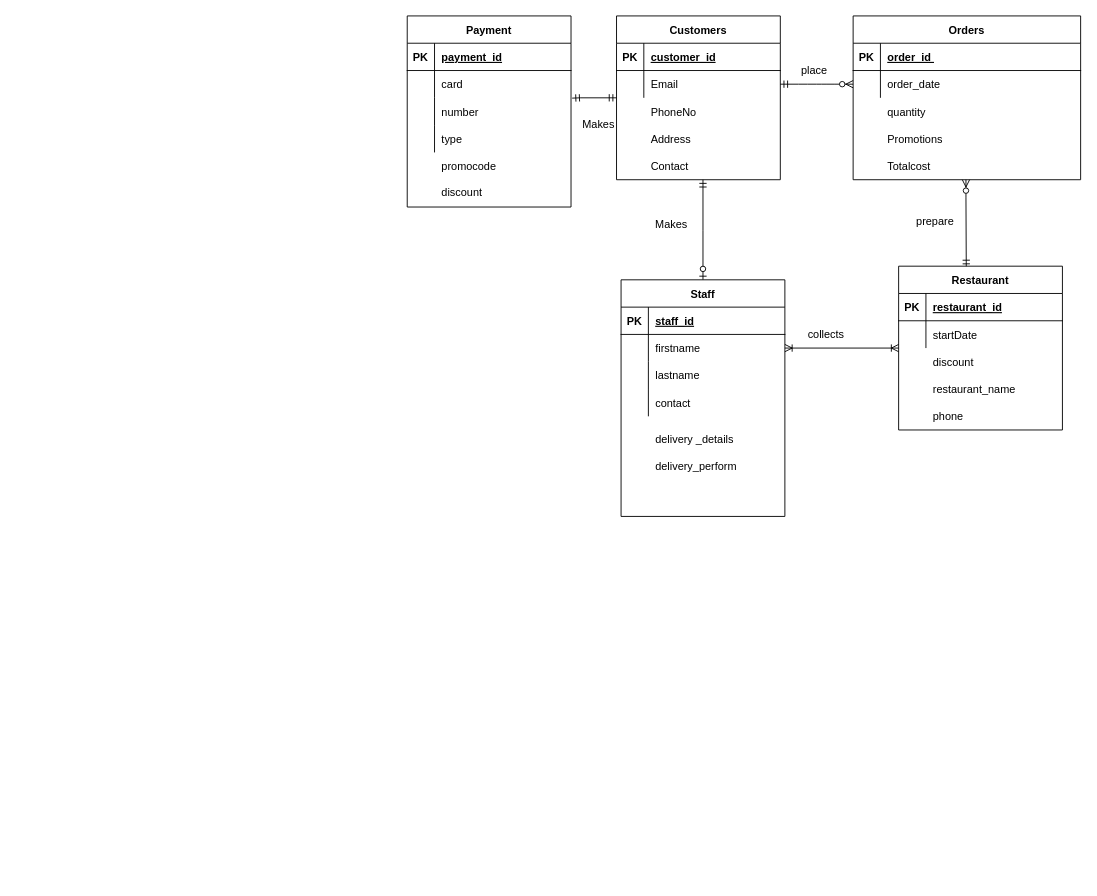
The draw.io diagram Untitled Diagram.drawio in GoodJeans/Database_ICT330, before the edit. Source tidied: cells renumbered, new cells numbered last; positions are measured from the earlier drawing's top-left corner, leaving out a move shared by most shapes. Both pictures are drawn from the tidied source at 91%, with x=0, y=0 at pixel (407, 15).
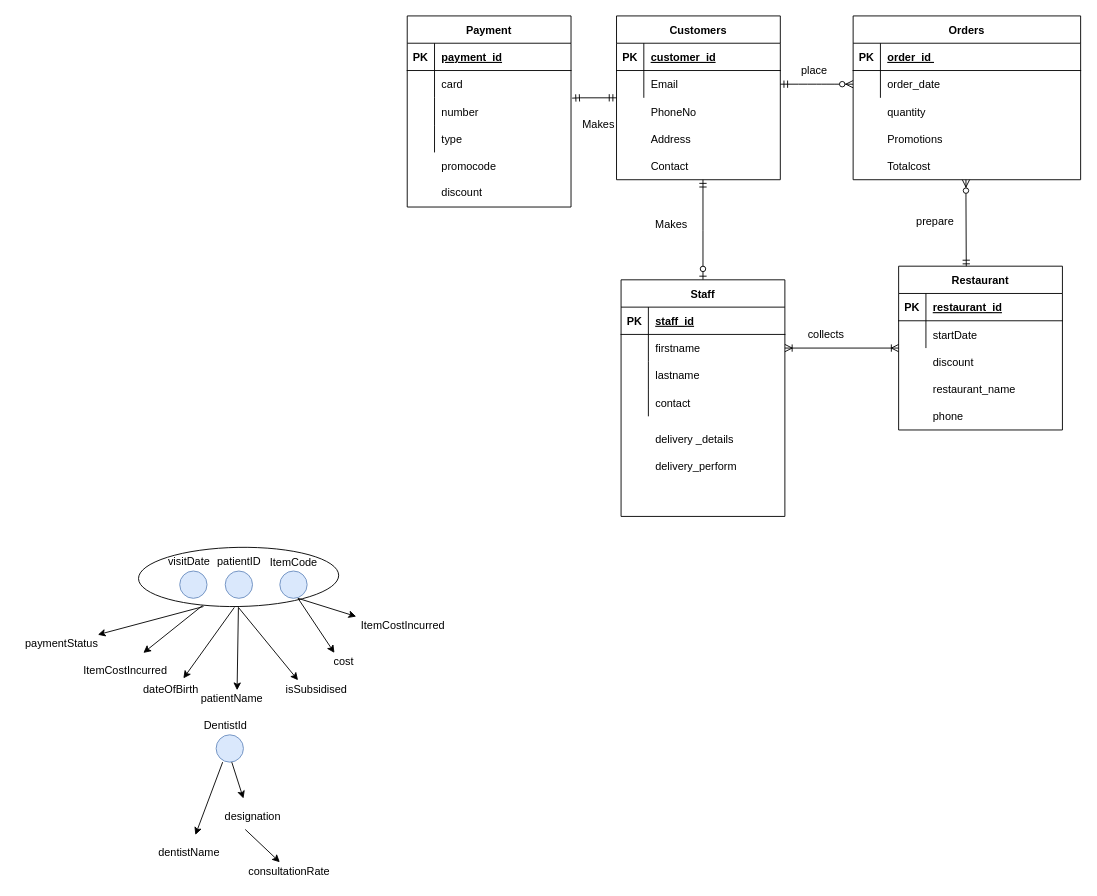
The same page after the edit.

Change to the diagram source:
```diff
@@
+    <mxCell id="78" style="ellipse;whiteSpace=wrap;html=1;rotation=89;" parent="1" vertex="1">
+      <mxGeometry x="-217.8" y="506.5" width="65" height="220" as="geometry" />
+    </mxCell>
@@
+    <mxCell id="79" style="ellipse;whiteSpace=wrap;html=1;fillColor=#dae8fc;strokeColor=#6c8ebf;" parent="1" vertex="1">
+      <mxGeometry x="-250" y="610" width="30" height="30" as="geometry" />
+    </mxCell>
+    <mxCell id="80" style="ellipse;whiteSpace=wrap;html=1;fillColor=#dae8fc;strokeColor=#6c8ebf;" parent="1" vertex="1">
+      <mxGeometry x="-200" y="610" width="30" height="30" as="geometry" />
+    </mxCell>
+    <mxCell id="81" style="ellipse;whiteSpace=wrap;html=1;fillColor=#dae8fc;strokeColor=#6c8ebf;" parent="1" vertex="1">
+      <mxGeometry x="-140" y="610" width="30" height="30" as="geometry" />
+    </mxCell>
+    <mxCell id="82" value="visitDate" style="text;html=1;align=center;verticalAlign=middle;" parent="1" vertex="1">
+      <mxGeometry x="-270" y="590" width="60" height="20" as="geometry" />
+    </mxCell>
+    <mxCell id="83" value="patientID" style="text;html=1;align=center;verticalAlign=middle;" parent="1" vertex="1">
+      <mxGeometry x="-215" y="590" width="60" height="20" as="geometry" />
+    </mxCell>
+    <mxCell id="84" value="ItemCode" style="text;html=1;align=center;verticalAlign=middle;" parent="1" vertex="1">
+      <mxGeometry x="-160" y="591" width="70" height="20" as="geometry" />
+    </mxCell>
+    <mxCell id="85" style="endArrow=classic;html=1;exitX=0.974;exitY=0.683;exitDx=0;exitDy=0;exitPerimeter=0;" parent="1" edge="1" source="78">
+      <mxGeometry relative="1" as="geometry">
+        <mxPoint x="-290" y="700" as="targetPoint" />
+      </mxGeometry>
+    </mxCell>
+    <mxCell id="86" style="endArrow=classic;html=1;exitX=0.99;exitY=0.678;exitDx=0;exitDy=0;exitPerimeter=0;" parent="1" edge="1" source="78">
+      <mxGeometry relative="1" as="geometry">
+        <mxPoint x="-340" y="680" as="targetPoint" />
+      </mxGeometry>
+    </mxCell>
+    <mxCell id="87" value="paymentStatus" style="text;html=1;align=center;verticalAlign=middle;" parent="1" vertex="1">
+      <mxGeometry x="-430" y="680" width="100" height="20" as="geometry" />
+    </mxCell>
+    <mxCell id="88" value="ItemCostIncurred" style="text;html=1;align=center;verticalAlign=middle;" parent="1" vertex="1">
+      <mxGeometry x="-365" y="710" width="110" height="20" as="geometry" />
+    </mxCell>
+    <mxCell id="89" style="endArrow=classic;html=1;entryX=0.573;entryY=0.05;entryDx=0;entryDy=0;entryPerimeter=0;" parent="1" edge="1" target="92">
+      <mxGeometry relative="1" as="geometry">
+        <mxPoint x="-185.5" y="650" as="sourcePoint" />
+      </mxGeometry>
+    </mxCell>
+    <mxCell id="90" style="endArrow=classic;html=1;" parent="1" edge="1">
+      <mxGeometry relative="1" as="geometry">
+        <mxPoint x="-185.5" y="650" as="sourcePoint" />
+        <mxPoint x="-120" y="730" as="targetPoint" />
+      </mxGeometry>
+    </mxCell>
+    <mxCell id="91" style="endArrow=classic;html=1;entryX=0.675;entryY=-0.1;entryDx=0;entryDy=0;entryPerimeter=0;" parent="1" edge="1" target="94">
+      <mxGeometry relative="1" as="geometry">
+        <mxPoint x="-190" y="650" as="sourcePoint" />
+      </mxGeometry>
+    </mxCell>
+    <mxCell id="92" value="patientName" style="text;html=1;align=center;verticalAlign=middle;points=[];" parent="1" vertex="1">
+      <mxGeometry x="-232.8" y="740" width="80" height="20" as="geometry" />
+    </mxCell>
+    <mxCell id="93" value="isSubsidised" style="text;html=1;align=center;verticalAlign=middle;" parent="1" vertex="1">
+      <mxGeometry x="-140" y="730" width="80" height="20" as="geometry" />
+    </mxCell>
+    <mxCell id="94" value="dateOfBirth" style="text;html=1;align=center;verticalAlign=middle;points=[];" parent="1" vertex="1">
+      <mxGeometry x="-300" y="730" width="80" height="20" as="geometry" />
+    </mxCell>
+    <mxCell id="95" style="endArrow=classic;html=1;" parent="1" edge="1">
+      <mxGeometry relative="1" as="geometry">
+        <mxPoint x="-120" y="640" as="sourcePoint" />
+        <mxPoint x="-80" y="700" as="targetPoint" />
+      </mxGeometry>
+    </mxCell>
+    <mxCell id="96" value="cost" style="text;html=1;align=center;verticalAlign=middle;" parent="1" vertex="1">
+      <mxGeometry x="-90" y="700" width="40" height="20" as="geometry" />
+    </mxCell>
+    <mxCell id="97" style="endArrow=classic;html=1;entryX=0.036;entryY=0;entryDx=0;entryDy=0;entryPerimeter=0;" parent="1" edge="1" target="98">
+      <mxGeometry relative="1" as="geometry">
+        <mxPoint x="-120" y="640" as="sourcePoint" />
+      </mxGeometry>
+    </mxCell>
+    <mxCell id="98" value="ItemCostIncurred" style="text;html=1;align=center;verticalAlign=middle;points=[];" parent="1" vertex="1">
+      <mxGeometry x="-60" y="660" width="110" height="20" as="geometry" />
+    </mxCell>
+    <mxCell id="99" style="ellipse;whiteSpace=wrap;html=1;fillColor=#dae8fc;strokeColor=#6c8ebf;" parent="1" vertex="1">
+      <mxGeometry x="-210" y="790" width="30" height="30" as="geometry" />
+    </mxCell>
+    <mxCell id="100" value="DentistId" style="text;html=1;align=center;verticalAlign=middle;" parent="1" vertex="1">
+      <mxGeometry x="-230" y="770" width="60" height="20" as="geometry" />
+    </mxCell>
+    <mxCell id="101" style="endArrow=classic;html=1;" parent="1" edge="1">
+      <mxGeometry relative="1" as="geometry">
+        <mxPoint x="-202.8" y="820" as="sourcePoint" />
+        <mxPoint x="-232.8" y="900" as="targetPoint" />
+      </mxGeometry>
+    </mxCell>
+    <mxCell id="102" style="endArrow=classic;html=1;" parent="1" edge="1">
+      <mxGeometry relative="1" as="geometry">
+        <mxPoint x="-192.8" y="820" as="sourcePoint" />
+        <mxPoint x="-180" y="860" as="targetPoint" />
+      </mxGeometry>
+    </mxCell>
+    <mxCell id="103" value="designation" style="text;html=1;align=center;verticalAlign=middle;points=[];" parent="1" vertex="1">
+      <mxGeometry x="-210" y="870" width="80" height="20" as="geometry" />
+    </mxCell>
+    <mxCell id="104" value="dentistName" style="text;html=1;align=center;verticalAlign=middle;" parent="1" vertex="1">
+      <mxGeometry x="-280" y="910" width="80" height="20" as="geometry" />
+    </mxCell>
+    <mxCell id="105" style="endArrow=classic;html=1;exitX=0.4;exitY=1.2;exitDx=0;exitDy=0;exitPerimeter=0;" parent="1" edge="1" source="103">
+      <mxGeometry relative="1" as="geometry">
+        <mxPoint x="-140" y="930" as="targetPoint" />
+      </mxGeometry>
+    </mxCell>
+    <mxCell id="106" value="consultationRate" style="text;html=1;align=center;verticalAlign=middle;" parent="1" vertex="1">
+      <mxGeometry x="-180" y="930" width="100" height="20" as="geometry" />
+    </mxCell>
```
